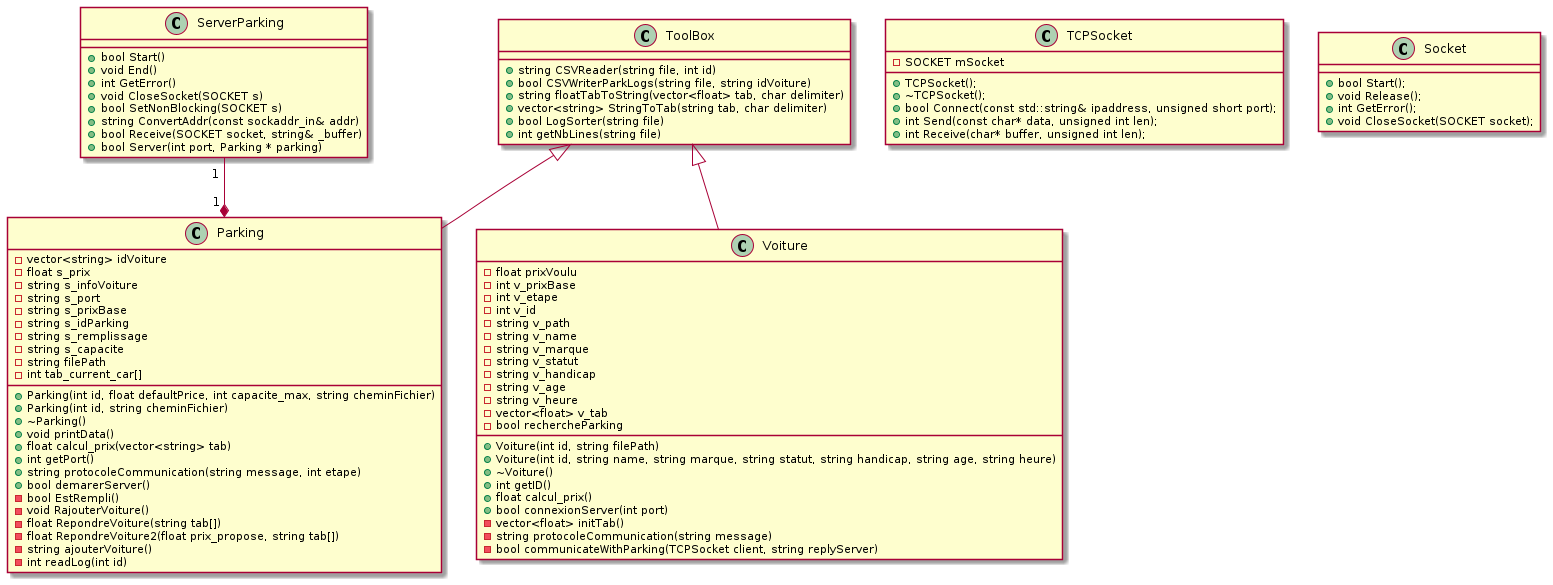
This is SA6/doctmp/uml.png from KevinFroissart/SA6_CarPark_AI, a PlantUML export, as it was before one commit. Source of this version:
```plantuml
@startuml
class ToolBox {
    + string CSVReader(string file, int id)
    + bool CSVWriterParkLogs(string file, string idVoiture)
    + string floatTabToString(vector<float> tab, char delimiter)
    + vector<string> StringToTab(string tab, char delimiter)
    + bool LogSorter(string file)
    + int getNbLines(string file)
}

class Parking {
    - vector<string> idVoiture
    - float s_prix
    - string s_infoVoiture
    - string s_port
    - string s_prixBase
    - string s_idParking
    - string s_remplissage
    - string s_capacite
    - string filePath
    - int tab_current_car[]
    + Parking(int id, float defaultPrice, int capacite_max, string cheminFichier)
    + Parking(int id, string cheminFichier)
    + ~Parking()
    + void printData()
    + float calcul_prix(vector<string> tab)
    + int getPort()
    + string protocoleCommunication(string message, int etape)
    + bool demarerServer()
    - bool EstRempli()
    - void RajouterVoiture()
    - float RepondreVoiture(string tab[])
    - float RepondreVoiture2(float prix_propose, string tab[])
    - string ajouterVoiture()
    - int readLog(int id)
}

Class Voiture {
    - float prixVoulu
    - int v_prixBase
    - int v_etape
    - int v_id
    - string v_path
    - string v_name
    - string v_marque
    - string v_statut
    - string v_handicap
    - string v_age
    - string v_heure
    - vector<float> v_tab
    - bool rechercheParking

    + Voiture(int id, string filePath)
    + Voiture(int id, string name, string marque, string statut, string handicap, string age, string heure)
    + ~Voiture()
    + int getID()
    + float calcul_prix()
    + bool connexionServer(int port)
    - vector<float> initTab()
    - string protocoleCommunication(string message)
    - bool communicateWithParking(TCPSocket client, string replyServer)
}

Class ServerParking {
    + bool Start()
	+ void End()
    + int GetError()
    + void CloseSocket(SOCKET s)
    + bool SetNonBlocking(SOCKET s)
    + string ConvertAddr(const sockaddr_in& addr)
    + bool Receive(SOCKET socket, string& _buffer)
    + bool Server(int port, Parking * parking)
}

Class TCPSocket {
    - SOCKET mSocket

    + TCPSocket();
	+ ~TCPSocket();
	+ bool Connect(const std::string& ipaddress, unsigned short port);
	+ int Send(const char* data, unsigned int len);
	+ int Receive(char* buffer, unsigned int len);
}

Class Socket {
    + bool Start();
	+ void Release();
	+ int GetError();
	+ void CloseSocket(SOCKET socket);
}

ToolBox <|-- Voiture
ToolBox <|-- Parking
ServerParking "1 " --* "1 " Parking

@enduml
```
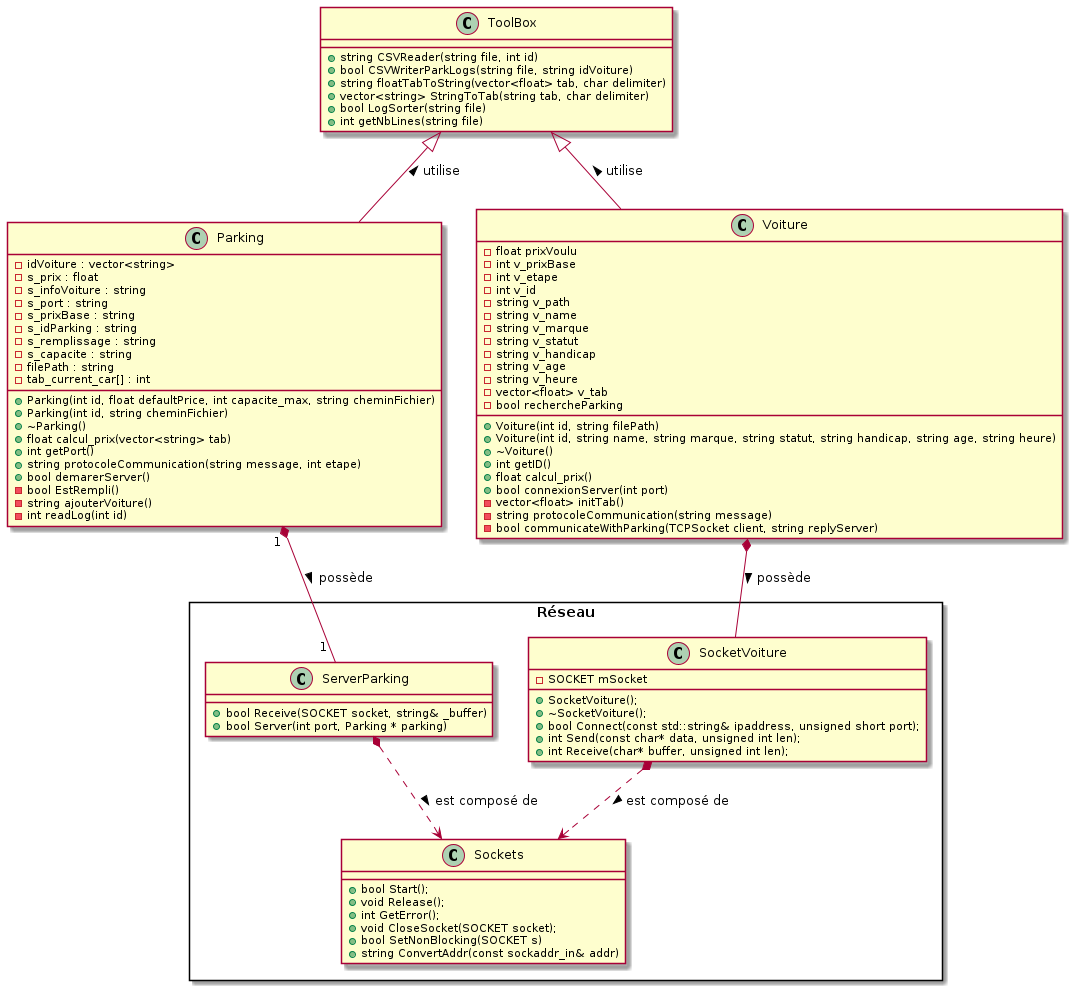
The same file after the commit.

The edit, as a diff of the source:
```diff
@@ -9,28 +9,24 @@
 }
 
 class Parking {
-    - vector<string> idVoiture
-    - float s_prix
-    - string s_infoVoiture
-    - string s_port
-    - string s_prixBase
-    - string s_idParking
-    - string s_remplissage
-    - string s_capacite
-    - string filePath
-    - int tab_current_car[]
+    - idVoiture : vector<string>
+    - s_prix : float
+    - s_infoVoiture : string
+    - s_port : string
+    - s_prixBase : string
+    - s_idParking : string
+    - s_remplissage : string
+    - s_capacite : string
+    - filePath : string
+    - tab_current_car[] : int
     + Parking(int id, float defaultPrice, int capacite_max, string cheminFichier)
     + Parking(int id, string cheminFichier)
     + ~Parking()
-    + void printData()
     + float calcul_prix(vector<string> tab)
     + int getPort()
     + string protocoleCommunication(string message, int etape)
     + bool demarerServer()
     - bool EstRempli()
-    - void RajouterVoiture()
-    - float RepondreVoiture(string tab[])
-    - float RepondreVoiture2(float prix_propose, string tab[])
     - string ajouterVoiture()
     - int readLog(int id)
 }
@@ -61,36 +57,41 @@
     - bool communicateWithParking(TCPSocket client, string replyServer)
 }
 
+package Réseau <<Rectangle>> {
+
 Class ServerParking {
-    + bool Start()
-	+ void End()
-    + int GetError()
-    + void CloseSocket(SOCKET s)
-    + bool SetNonBlocking(SOCKET s)
-    + string ConvertAddr(const sockaddr_in& addr)
     + bool Receive(SOCKET socket, string& _buffer)
     + bool Server(int port, Parking * parking)
 }
 
-Class TCPSocket {
+Class SocketVoiture {
     - SOCKET mSocket
 
-    + TCPSocket();
-	+ ~TCPSocket();
+    + SocketVoiture();
+	+ ~SocketVoiture();
 	+ bool Connect(const std::string& ipaddress, unsigned short port);
 	+ int Send(const char* data, unsigned int len);
 	+ int Receive(char* buffer, unsigned int len);
 }
 
-Class Socket {
+Class Sockets {
     + bool Start();
 	+ void Release();
 	+ int GetError();
 	+ void CloseSocket(SOCKET socket);
+    + bool SetNonBlocking(SOCKET s)
+    + string ConvertAddr(const sockaddr_in& addr)
+}
 }
 
-ToolBox <|-- Voiture
-ToolBox <|-- Parking
-ServerParking "1 " --* "1 " Parking
+ToolBox <|-- Voiture : utilise <
+ToolBox <|-- Parking : utilise <
+
+Parking "1 " *-- "1 " ServerParking : > possède
+Voiture *-- SocketVoiture : possède >
+
+SocketVoiture *..> Sockets : est composé de >
+ServerParking *..> Sockets : est composé de >
+
 
 @enduml
```
